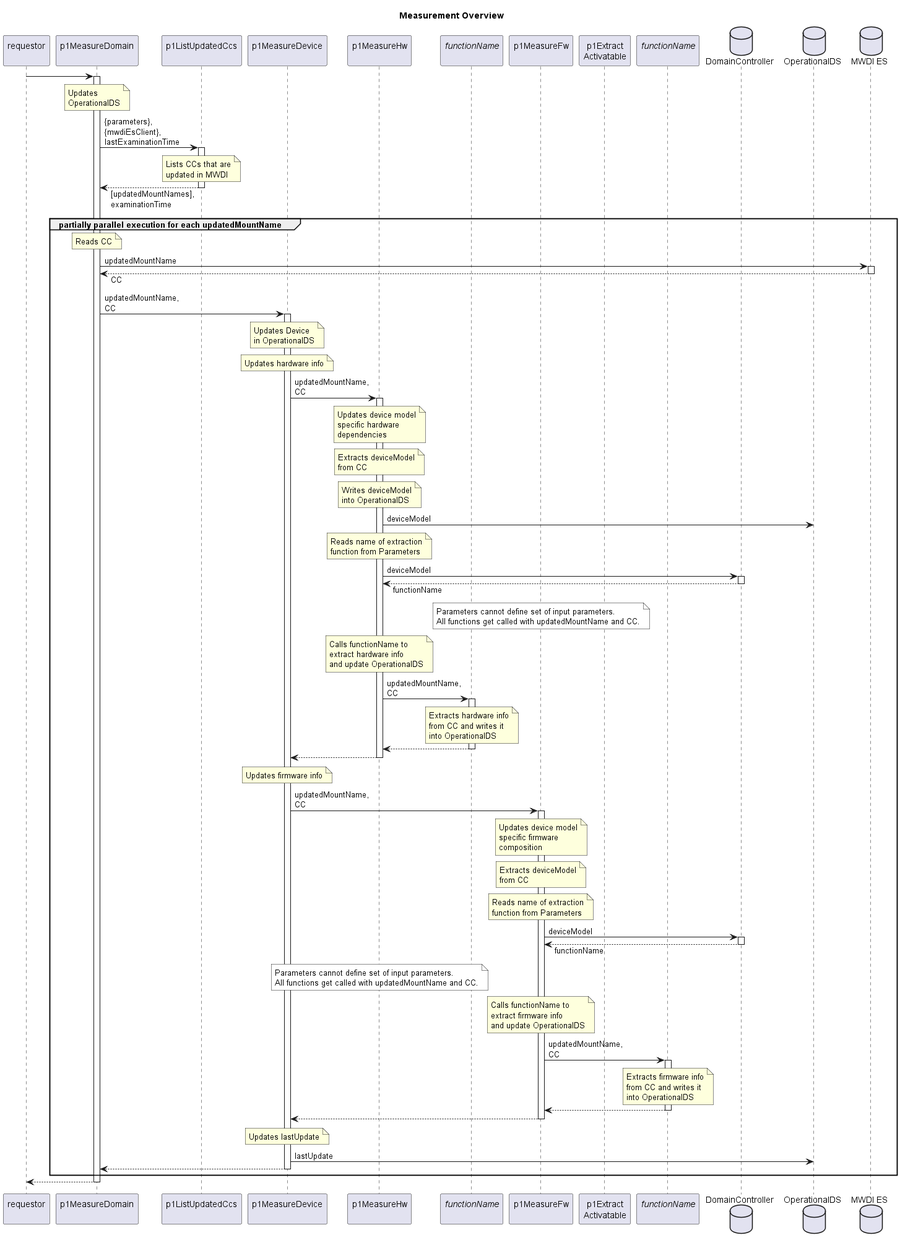
This is spec/additionalDocumentation/Measurement/measurement_overview.png from openBackhaul/FirmWareManager, a PlantUML export, as it was before one commit.
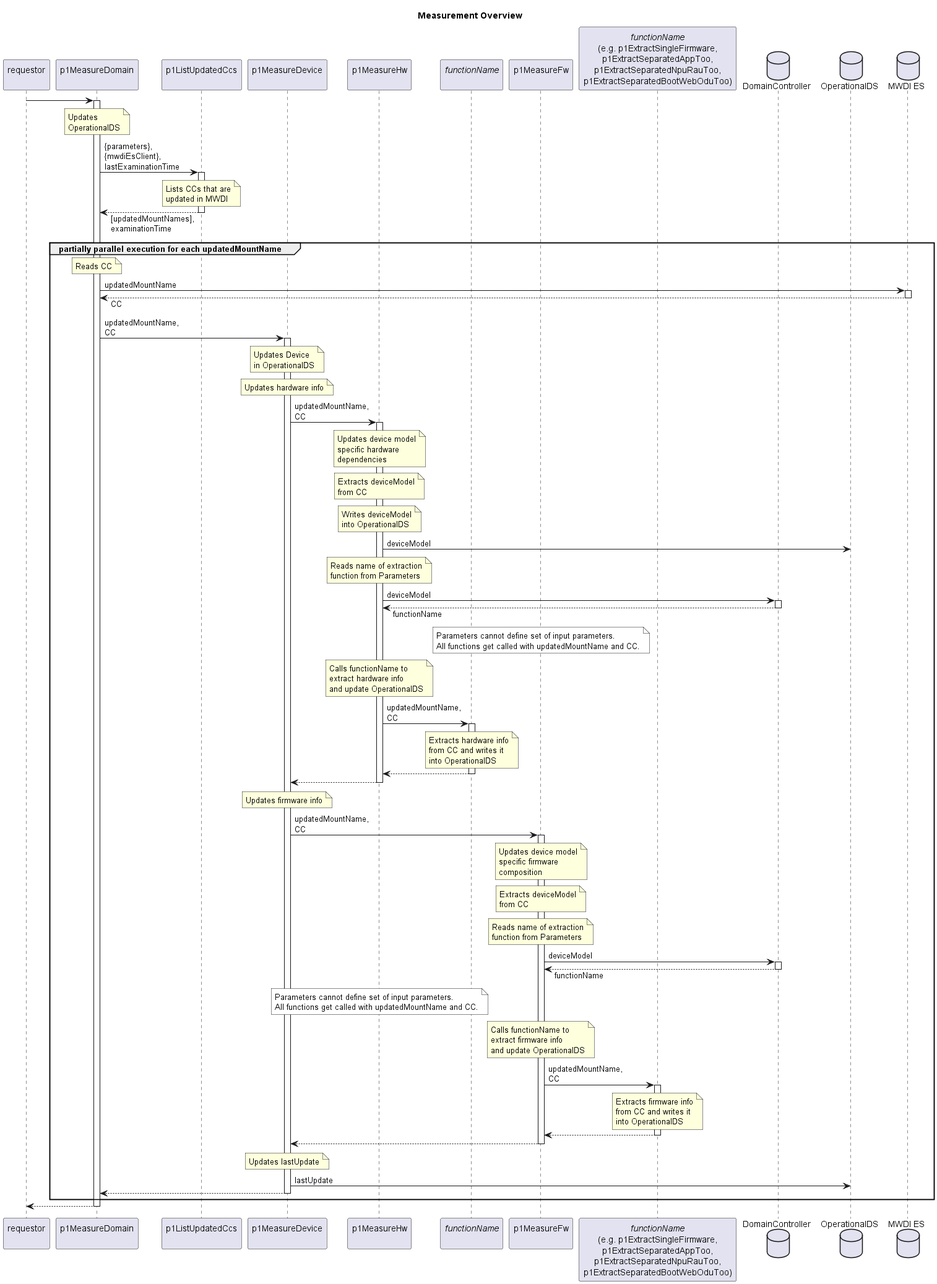
After the commit.

Change to the diagram source:
```diff
@@ -12,8 +12,7 @@
 participant "p1MeasureHw\n" as updateHw
 participant "<i>functionName</i>\n" as extractHw
 participant "p1MeasureFw\n" as updateFw
-participant "p1Extract\nActivatable" as extractAct
-participant "<i>functionName</i>\n" as extractFw
+participant "<i>functionName</i>\n(e.g. p1ExtractSingleFirmware,\np1ExtractSeparatedAppToo,\np1ExtractSeparatedNpuRauToo,\np1ExtractSeparatedBootWebOduToo)" as extractFw
 
 database "DomainController" as DC
 database "OperationalDS" as OpDS
```
